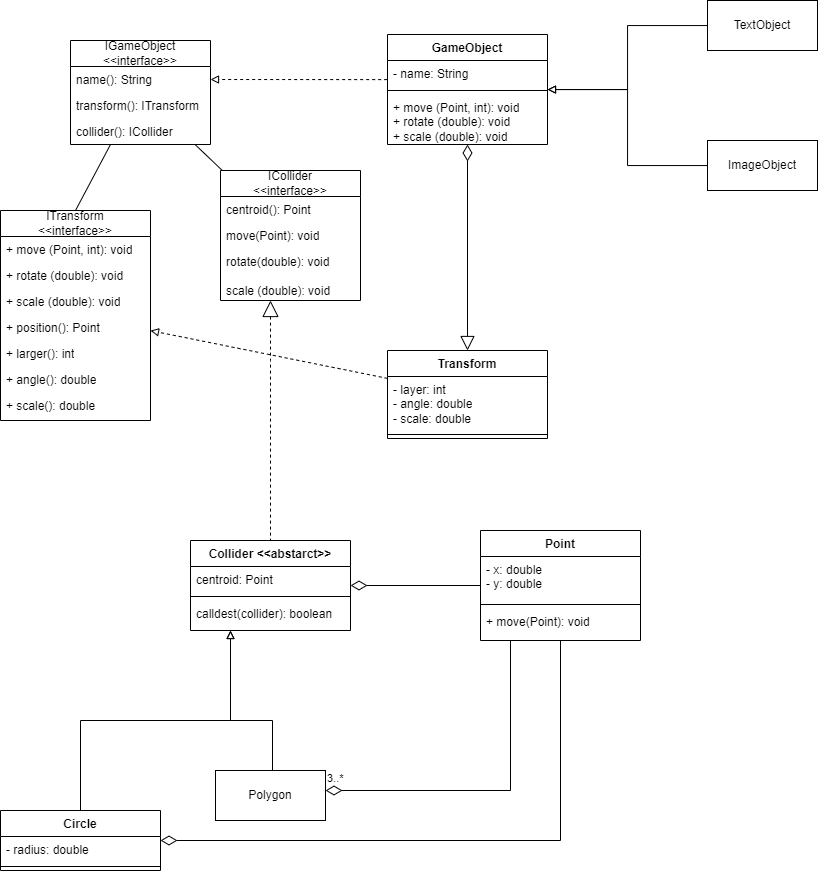
The draw.io diagram PROJ.png in ricardoorodriguess/BurgerMan, before a commit. Source tidied: cells renumbered, new cells last; positions are measured from the earlier drawing's top-left corner, leaving out a move shared by most shapes.
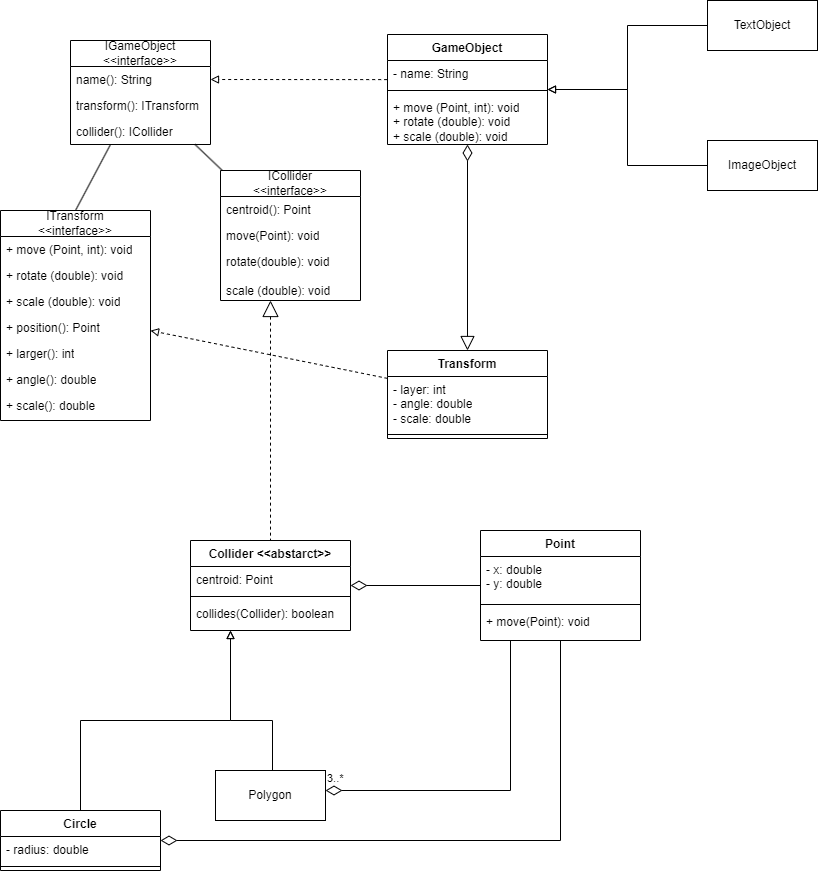
Later version of the same file.

The edit, as a diff of the source:
```diff
@@ -35,7 +35,7 @@
     <mxCell id="12" style="line;strokeWidth=1;fillColor=none;align=left;verticalAlign=middle;spacingTop=-1;spacingLeft=3;spacingRight=3;labelPosition=right;strokeColor=inherit;" parent="10" vertex="1">
       <mxGeometry y="52" width="160" height="8" as="geometry" />
     </mxCell>
-    <mxCell id="13" value="calldest(collider): boolean" style="text;strokeColor=none;fillColor=none;align=left;verticalAlign=top;spacingLeft=4;spacingRight=4;overflow=hidden;whiteSpace=wrap;html=1;" parent="10" vertex="1">
+    <mxCell id="13" value="collides(Collider): boolean" style="text;strokeColor=none;fillColor=none;align=left;verticalAlign=top;spacingLeft=4;spacingRight=4;overflow=hidden;whiteSpace=wrap;html=1;" parent="10" vertex="1">
       <mxGeometry y="60" width="160" height="30" as="geometry" />
     </mxCell>
     <mxCell id="14" value="IGameObject&lt;br&gt;&amp;lt;&amp;lt;interface&amp;gt;&amp;gt;" style="swimlane;fontStyle=0;horizontal=1;startSize=26;fillColor=none;whiteSpace=wrap;html=1;" parent="1" vertex="1">
```
